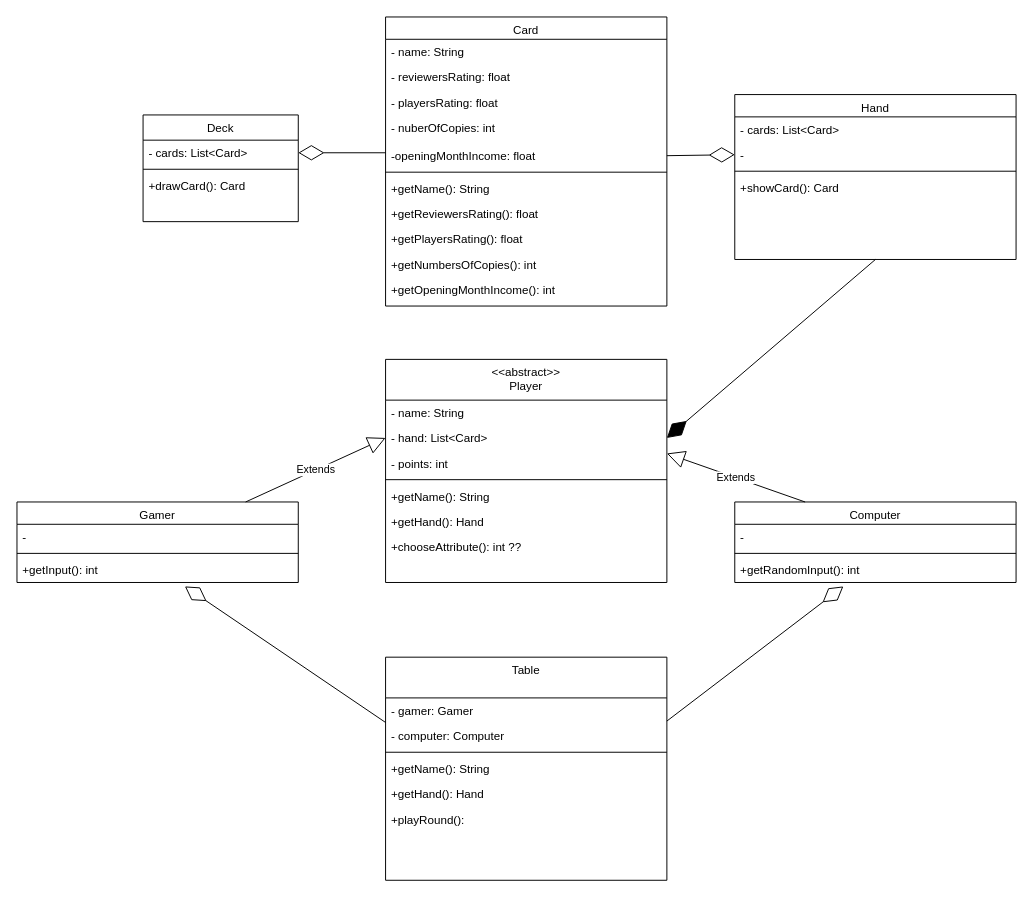
This is UML.drawio from CodecoolKRK20173/battle-of-cards-straznicy-abstrakcji, a draw.io file, before an edit. Source tidied: cells renumbered, new cells numbered last; positions are measured from the earlier drawing's top-left corner, leaving out a move shared by most shapes. Both pictures are drawn from the tidied source at 97%, with x=0, y=0 at pixel (16, 16).
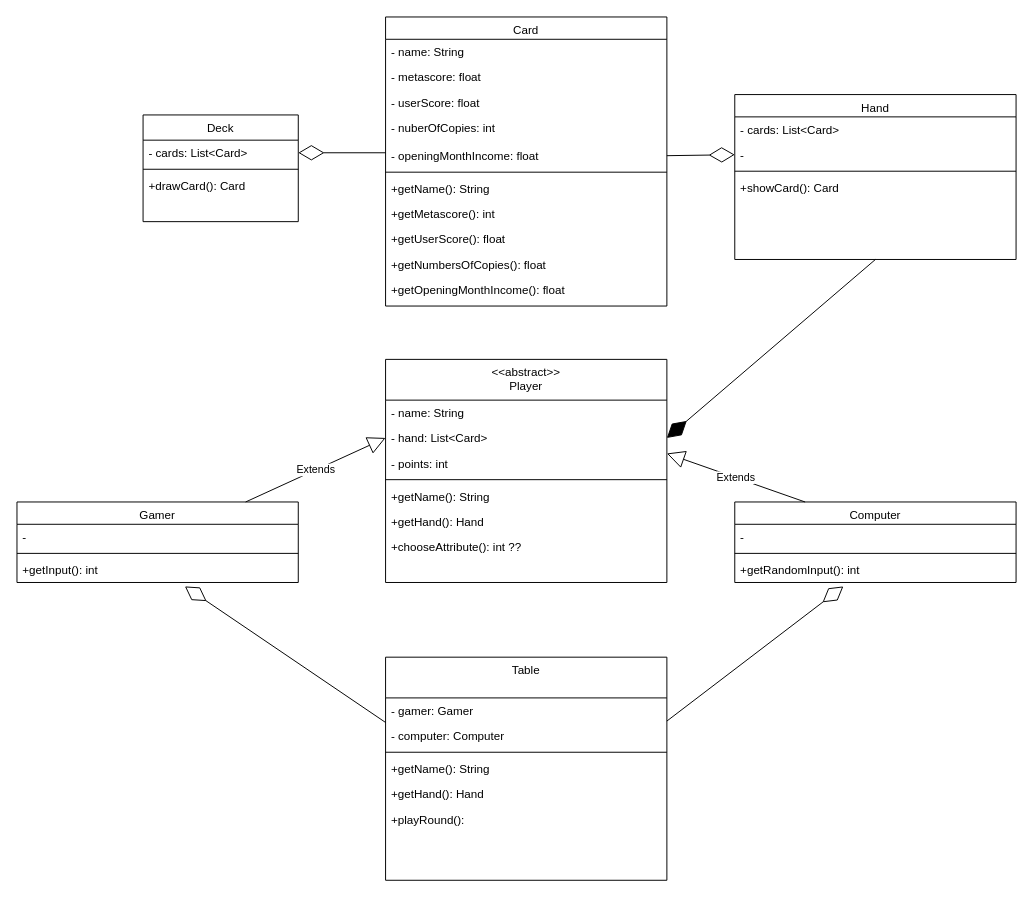
After the change.

Commit message:
In UML changed the names of fields and their types in Card class

Unchanged cells that the change refers to:
```xml
<mxCell id="2" value="Card" style="swimlane;fontStyle=0;align=center;verticalAlign=top;horizontal=1;startSize=23;rounded=0;shadow=0;strokeWidth=1;" parent="1" vertex="1">
  <mxGeometry x="380" width="290" height="298" as="geometry" />
</mxCell>
```

The edit, as a diff of the source:
```diff
@@
-    <mxCell id="4" value="- reviewersRating: float" style="text;align=left;verticalAlign=top;spacingLeft=4;spacingRight=4;overflow=hidden;rounded=0;shadow=0;html=0;" parent="2" vertex="1">
+    <mxCell id="4" value="- metascore: float" style="text;align=left;verticalAlign=top;spacingLeft=4;spacingRight=4;overflow=hidden;rounded=0;shadow=0;html=0;" parent="2" vertex="1">
       <mxGeometry y="49" width="290" height="26" as="geometry" />
     </mxCell>
-    <mxCell id="5" value="- playersRating: float" style="text;align=left;verticalAlign=top;spacingLeft=4;spacingRight=4;overflow=hidden;rounded=0;shadow=0;html=0;" parent="2" vertex="1">
+    <mxCell id="5" value="- userScore: float" style="text;align=left;verticalAlign=top;spacingLeft=4;spacingRight=4;overflow=hidden;rounded=0;shadow=0;html=0;" parent="2" vertex="1">
       <mxGeometry y="75" width="290" height="26" as="geometry" />
     </mxCell>
@@
-    <mxCell id="7" value="-openingMonthIncome: float" style="text;align=left;verticalAlign=top;spacingLeft=4;spacingRight=4;overflow=hidden;points=[[0,0.5],[1,0.5]];portConstraint=eastwest;rounded=0;shadow=0;html=0;" parent="2" vertex="1">
+    <mxCell id="7" value="- openingMonthIncome: float" style="text;align=left;verticalAlign=top;spacingLeft=4;spacingRight=4;overflow=hidden;points=[[0,0.5],[1,0.5]];portConstraint=eastwest;rounded=0;shadow=0;html=0;" parent="2" vertex="1">
       <mxGeometry y="130" width="290" height="26" as="geometry" />
     </mxCell>
@@
-    <mxCell id="10" value="+getReviewersRating(): float" style="text;align=left;verticalAlign=top;spacingLeft=4;spacingRight=4;overflow=hidden;" parent="2" vertex="1">
+    <mxCell id="10" value="+getMetascore(): int" style="text;align=left;verticalAlign=top;spacingLeft=4;spacingRight=4;overflow=hidden;" parent="2" vertex="1">
       <mxGeometry y="190" width="290" height="26" as="geometry" />
     </mxCell>
-    <mxCell id="11" value="+getPlayersRating(): float" style="text;align=left;verticalAlign=top;spacingLeft=4;spacingRight=4;overflow=hidden;rounded=0;shadow=0;html=0;" parent="2" vertex="1">
+    <mxCell id="11" value="+getUserScore(): float" style="text;align=left;verticalAlign=top;spacingLeft=4;spacingRight=4;overflow=hidden;rounded=0;shadow=0;html=0;" parent="2" vertex="1">
       <mxGeometry y="216" width="290" height="26" as="geometry" />
     </mxCell>
-    <mxCell id="12" value="+getNumbersOfCopies(): int" style="text;align=left;verticalAlign=top;spacingLeft=4;spacingRight=4;overflow=hidden;rounded=0;shadow=0;html=0;" parent="2" vertex="1">
+    <mxCell id="12" value="+getNumbersOfCopies(): float" style="text;align=left;verticalAlign=top;spacingLeft=4;spacingRight=4;overflow=hidden;rounded=0;shadow=0;html=0;" parent="2" vertex="1">
       <mxGeometry y="242" width="290" height="26" as="geometry" />
     </mxCell>
-    <mxCell id="13" value="+getOpeningMonthIncome(): int" style="text;align=left;verticalAlign=top;spacingLeft=4;spacingRight=4;overflow=hidden;rounded=0;shadow=0;html=0;" parent="2" vertex="1">
+    <mxCell id="13" value="+getOpeningMonthIncome(): float" style="text;align=left;verticalAlign=top;spacingLeft=4;spacingRight=4;overflow=hidden;rounded=0;shadow=0;html=0;" parent="2" vertex="1">
       <mxGeometry y="268" width="290" height="26" as="geometry" />
     </mxCell>
```
